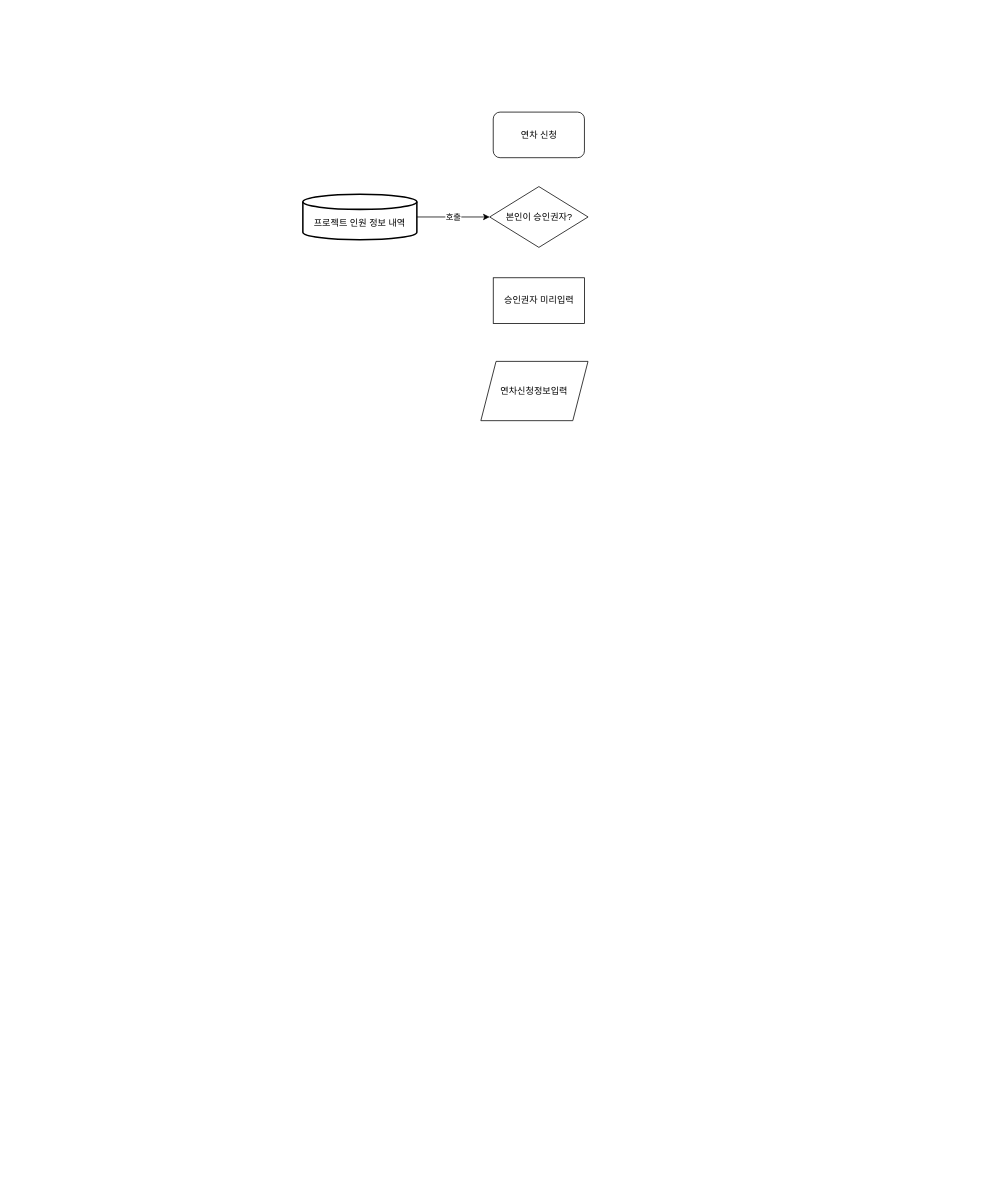
Above: page "연차관리" (4 of 10) of 제목 없는 다이어그램.drawio in makerdobby/fastcampus-project-board (draw.io), before the change. Source tidied: cells renumbered, new cells numbered last; positions are measured from the earlier drawing's top-left corner, leaving out a move shared by most shapes. Both pictures are drawn from the tidied source at 76%, with x=0, y=0 at pixel (302, 112).
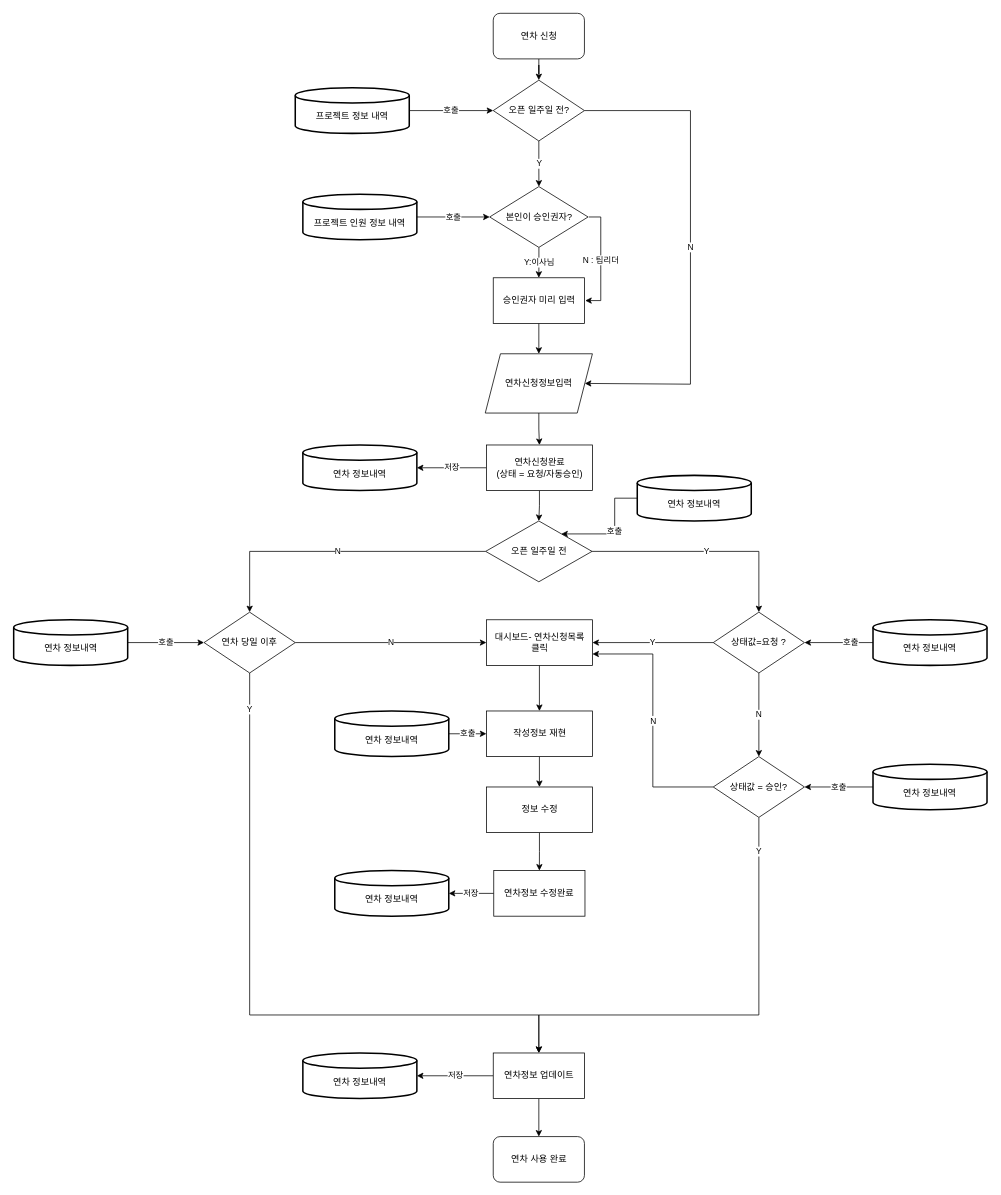
Above is the later version.

Unchanged cells that the change refers to:
```xml
<mxCell id="7" value="본인이 승인권자?" style="rhombus;whiteSpace=wrap;html=1;" parent="1" vertex="1">
  <mxGeometry x="245.8" y="98" width="129.5" height="80" as="geometry" />
</mxCell>
```

Change to the diagram source:
```diff
@@
+    <mxCell id="8" style="edgeStyle=orthogonalEdgeStyle;rounded=0;jettySize=auto;html=1;" parent="1" edge="1" source="2" target="15">
+      <mxGeometry relative="1" as="geometry" />
+    </mxCell>
     <mxCell id="2" value="연차 신청" style="rounded=1;whiteSpace=wrap;html=1;" parent="1" vertex="1">
-      <mxGeometry x="250.5" width="120" height="60" as="geometry" />
+      <mxGeometry x="250.5" y="-130" width="120" height="60" as="geometry" />
     </mxCell>
+    <mxCell id="9" style="edgeStyle=orthogonalEdgeStyle;rounded=0;jettySize=auto;html=1;" parent="1" edge="1" source="3" target="20">
+      <mxGeometry relative="1" as="geometry" />
+    </mxCell>
     <mxCell id="3" value="연차신청정보입력" style="shape=parallelogram;perimeter=parallelogramPerimeter;whiteSpace=wrap;html=1;fixedSize=1;" parent="1" vertex="1">
-      <mxGeometry x="234.2" y="328" width="141" height="78" as="geometry" />
+      <mxGeometry x="240" y="318" width="141" height="78" as="geometry" />
     </mxCell>
@@
+    <mxCell id="10" style="edgeStyle=orthogonalEdgeStyle;rounded=0;jettySize=auto;html=1;" parent="1" edge="1" source="6" target="3">
+      <mxGeometry relative="1" as="geometry" />
+    </mxCell>
-    <mxCell id="6" value="승인권자 미리입력" style="rounded=0;whiteSpace=wrap;html=1;" parent="1" vertex="1">
+    <mxCell id="6" value="승인권자 미리 입력" style="rounded=0;whiteSpace=wrap;html=1;" parent="1" vertex="1">
       <mxGeometry x="250.5" y="218" width="120" height="60" as="geometry" />
     </mxCell>
+    <mxCell id="11" value="Y:이사님" style="edgeStyle=orthogonalEdgeStyle;rounded=0;jettySize=auto;html=1;" parent="1" edge="1" source="7" target="6">
+      <mxGeometry relative="1" as="geometry" />
+    </mxCell>
+    <mxCell id="12" value="N : 팀리더" style="edgeStyle=orthogonalEdgeStyle;rounded=0;orthogonalLoop=1;jettySize=auto;html=1;entryX=1;entryY=0.5;entryDx=0;entryDy=0;" parent="1" edge="1">
+      <mxGeometry relative="1" as="geometry">
+        <mxPoint x="376.2" y="138" as="sourcePoint" />
+        <mxPoint x="371.5" y="248" as="targetPoint" />
+        <Array as="points">
+          <mxPoint x="392" y="138" />
+          <mxPoint x="392" y="248" />
+        </Array>
+      </mxGeometry>
+    </mxCell>
@@
+    <mxCell id="13" value="N" style="edgeStyle=orthogonalEdgeStyle;rounded=0;jettySize=auto;html=1;entryX=1;entryY=0.5;entryDx=0;entryDy=0;" parent="1" edge="1" source="15" target="3">
+      <mxGeometry relative="1" as="geometry">
+        <Array as="points">
+          <mxPoint x="510" y="-2" />
+          <mxPoint x="510" y="358" />
+        </Array>
+      </mxGeometry>
+    </mxCell>
+    <mxCell id="14" value="Y" style="edgeStyle=orthogonalEdgeStyle;rounded=0;jettySize=auto;html=1;" parent="1" edge="1" source="15" target="7">
+      <mxGeometry relative="1" as="geometry" />
+    </mxCell>
+    <mxCell id="15" value="오픈 일주일 전?" style="rhombus;whiteSpace=wrap;html=1;" parent="1" vertex="1">
+      <mxGeometry x="250.5" y="-42" width="120" height="80" as="geometry" />
+    </mxCell>
+    <mxCell id="16" value="호출" style="edgeStyle=orthogonalEdgeStyle;rounded=0;jettySize=auto;html=1;entryX=0;entryY=0.5;entryDx=0;entryDy=0;" parent="1" edge="1" source="17" target="15">
+      <mxGeometry relative="1" as="geometry" />
+    </mxCell>
+    <mxCell id="17" value="&lt;br&gt;프로젝트 정보 내역" style="strokeWidth=2;html=1;shape=mxgraph.flowchart.database;whiteSpace=wrap;" parent="1" vertex="1">
+      <mxGeometry x="-10" y="-32" width="150" height="60" as="geometry" />
+    </mxCell>
+    <mxCell id="18" value="저장" style="edgeStyle=orthogonalEdgeStyle;rounded=0;jettySize=auto;html=1;" parent="1" edge="1" source="20" target="21">
+      <mxGeometry relative="1" as="geometry" />
+    </mxCell>
+    <mxCell id="19" style="edgeStyle=orthogonalEdgeStyle;rounded=0;jettySize=auto;html=1;" parent="1" edge="1" source="20" target="48">
+      <mxGeometry relative="1" as="geometry" />
+    </mxCell>
+    <mxCell id="20" value="연차신청완료&lt;br&gt;(상태 = 요청/자동승인)" style="rounded=0;whiteSpace=wrap;html=1;" parent="1" vertex="1">
+      <mxGeometry x="241.5" y="438" width="139.5" height="60" as="geometry" />
+    </mxCell>
+    <mxCell id="21" value="&lt;br&gt;연차 정보내역" style="strokeWidth=2;html=1;shape=mxgraph.flowchart.database;whiteSpace=wrap;" parent="1" vertex="1">
+      <mxGeometry y="438" width="150" height="60" as="geometry" />
+    </mxCell>
+    <mxCell id="22" style="edgeStyle=orthogonalEdgeStyle;rounded=0;jettySize=auto;html=1;" parent="1" edge="1" source="23" target="25">
+      <mxGeometry relative="1" as="geometry" />
+    </mxCell>
+    <mxCell id="23" value="대시보드- 연차신청목록&lt;br&gt;클릭" style="rounded=0;whiteSpace=wrap;html=1;" parent="1" vertex="1">
+      <mxGeometry x="241.5" y="668" width="139.5" height="60" as="geometry" />
+    </mxCell>
+    <mxCell id="24" style="edgeStyle=orthogonalEdgeStyle;rounded=0;jettySize=auto;html=1;" parent="1" edge="1" source="25" target="29">
+      <mxGeometry relative="1" as="geometry" />
+    </mxCell>
+    <mxCell id="25" value="작성정보 재현" style="rounded=0;whiteSpace=wrap;html=1;" parent="1" vertex="1">
+      <mxGeometry x="241.5" y="788" width="139.5" height="60" as="geometry" />
+    </mxCell>
+    <mxCell id="26" value="호출" style="edgeStyle=orthogonalEdgeStyle;rounded=0;jettySize=auto;html=1;" parent="1" edge="1" source="27" target="25">
+      <mxGeometry relative="1" as="geometry" />
+    </mxCell>
+    <mxCell id="27" value="&lt;br&gt;연차 정보내역" style="strokeWidth=2;html=1;shape=mxgraph.flowchart.database;whiteSpace=wrap;" parent="1" vertex="1">
+      <mxGeometry x="42" y="788" width="150" height="60" as="geometry" />
+    </mxCell>
+    <mxCell id="28" style="edgeStyle=orthogonalEdgeStyle;rounded=0;jettySize=auto;html=1;entryX=0.5;entryY=0;entryDx=0;entryDy=0;" parent="1" edge="1" source="29" target="37">
+      <mxGeometry relative="1" as="geometry" />
+    </mxCell>
+    <mxCell id="29" value="정보 수정" style="rounded=0;whiteSpace=wrap;html=1;" parent="1" vertex="1">
+      <mxGeometry x="241.5" y="888" width="139.5" height="60" as="geometry" />
+    </mxCell>
+    <mxCell id="30" value="저장" style="edgeStyle=orthogonalEdgeStyle;rounded=0;jettySize=auto;html=1;exitX=0;exitY=0.5;exitDx=0;exitDy=0;" parent="1" edge="1" source="37" target="31">
+      <mxGeometry relative="1" as="geometry" />
+    </mxCell>
+    <mxCell id="31" value="&lt;br&gt;연차 정보내역" style="strokeWidth=2;html=1;shape=mxgraph.flowchart.database;whiteSpace=wrap;" parent="1" vertex="1">
+      <mxGeometry x="42" y="998" width="150" height="60" as="geometry" />
+    </mxCell>
+    <mxCell id="32" value="N" style="edgeStyle=orthogonalEdgeStyle;rounded=0;jettySize=auto;html=1;entryX=0;entryY=0.5;entryDx=0;entryDy=0;" parent="1" edge="1" source="34" target="23">
+      <mxGeometry relative="1" as="geometry" />
+    </mxCell>
+    <mxCell id="33" value="Y" style="edgeStyle=orthogonalEdgeStyle;rounded=0;jettySize=auto;html=1;entryX=0.5;entryY=0;entryDx=0;entryDy=0;" parent="1" edge="1" source="34" target="55">
+      <mxGeometry x="-0.89" relative="1" as="geometry">
+        <Array as="points">
+          <mxPoint x="-70" y="1188" />
+        </Array>
+      </mxGeometry>
+    </mxCell>
+    <mxCell id="34" value="연차 당일 이후" style="rhombus;whiteSpace=wrap;html=1;" parent="1" vertex="1">
+      <mxGeometry x="-130" y="658" width="120" height="80" as="geometry" />
+    </mxCell>
+    <mxCell id="35" value="호출" style="edgeStyle=orthogonalEdgeStyle;rounded=0;jettySize=auto;html=1;" parent="1" edge="1" source="36" target="34">
+      <mxGeometry relative="1" as="geometry" />
+    </mxCell>
+    <mxCell id="36" value="&lt;br&gt;연차 정보내역" style="strokeWidth=2;html=1;shape=mxgraph.flowchart.database;whiteSpace=wrap;" parent="1" vertex="1">
+      <mxGeometry x="-380.5" y="668" width="150" height="60" as="geometry" />
+    </mxCell>
+    <mxCell id="37" value="연차정보 수정완료" style="rounded=0;whiteSpace=wrap;html=1;" parent="1" vertex="1">
+      <mxGeometry x="251.2" y="998" width="120" height="60" as="geometry" />
+    </mxCell>
+    <mxCell id="38" value="Y" style="edgeStyle=orthogonalEdgeStyle;rounded=0;jettySize=auto;html=1;exitX=0;exitY=0.5;exitDx=0;exitDy=0;entryX=1;entryY=0.5;entryDx=0;entryDy=0;" parent="1" edge="1" source="40" target="23">
+      <mxGeometry relative="1" as="geometry" />
+    </mxCell>
+    <mxCell id="39" value="N" style="edgeStyle=orthogonalEdgeStyle;rounded=0;jettySize=auto;html=1;" parent="1" edge="1" source="40" target="51">
+      <mxGeometry relative="1" as="geometry" />
+    </mxCell>
+    <mxCell id="40" value="상태값=요청 ?" style="rhombus;whiteSpace=wrap;html=1;" parent="1" vertex="1">
+      <mxGeometry x="540" y="658" width="120" height="80" as="geometry" />
+    </mxCell>
+    <mxCell id="41" value="호출" style="edgeStyle=orthogonalEdgeStyle;rounded=0;jettySize=auto;html=1;entryX=1;entryY=0.5;entryDx=0;entryDy=0;" parent="1" edge="1" source="42" target="40">
+      <mxGeometry x="-0.36" relative="1" as="geometry" />
+    </mxCell>
+    <mxCell id="42" value="&lt;br&gt;연차 정보내역" style="strokeWidth=2;html=1;shape=mxgraph.flowchart.database;whiteSpace=wrap;" parent="1" vertex="1">
+      <mxGeometry x="750.2" y="668" width="150" height="60" as="geometry" />
+    </mxCell>
+    <mxCell id="43" value="저장" style="edgeStyle=orthogonalEdgeStyle;rounded=0;jettySize=auto;html=1;exitX=0;exitY=0.5;exitDx=0;exitDy=0;" parent="1" edge="1" source="55" target="44">
+      <mxGeometry relative="1" as="geometry" />
+    </mxCell>
+    <mxCell id="44" value="&lt;br&gt;연차 정보내역" style="strokeWidth=2;html=1;shape=mxgraph.flowchart.database;whiteSpace=wrap;" parent="1" vertex="1">
+      <mxGeometry y="1238" width="150" height="60" as="geometry" />
+    </mxCell>
+    <mxCell id="45" value="연차 사용 완료" style="rounded=1;whiteSpace=wrap;html=1;" parent="1" vertex="1">
+      <mxGeometry x="250.5" y="1348" width="120" height="60" as="geometry" />
+    </mxCell>
+    <mxCell id="46" value="Y" style="edgeStyle=orthogonalEdgeStyle;rounded=0;jettySize=auto;html=1;" parent="1" edge="1" source="48" target="40">
+      <mxGeometry relative="1" as="geometry" />
+    </mxCell>
+    <mxCell id="47" value="N" style="edgeStyle=orthogonalEdgeStyle;rounded=0;jettySize=auto;html=1;" parent="1" edge="1" source="48" target="34">
+      <mxGeometry relative="1" as="geometry" />
+    </mxCell>
+    <mxCell id="48" value="오픈 일주일 전" style="rhombus;whiteSpace=wrap;html=1;" parent="1" vertex="1">
+      <mxGeometry x="240.5" y="538" width="140" height="80" as="geometry" />
+    </mxCell>
+    <mxCell id="49" value="Y" style="edgeStyle=orthogonalEdgeStyle;rounded=0;jettySize=auto;html=1;exitX=0.5;exitY=1;exitDx=0;exitDy=0;entryX=0.5;entryY=0;entryDx=0;entryDy=0;" parent="1" edge="1" source="51" target="55">
+      <mxGeometry x="-0.85" relative="1" as="geometry">
+        <Array as="points">
+          <mxPoint x="600" y="1188" />
+        </Array>
+      </mxGeometry>
+    </mxCell>
+    <mxCell id="50" value="N" style="edgeStyle=orthogonalEdgeStyle;rounded=0;jettySize=auto;html=1;entryX=1;entryY=0.75;entryDx=0;entryDy=0;" parent="1" edge="1" source="51" target="23">
+      <mxGeometry relative="1" as="geometry" />
+    </mxCell>
+    <mxCell id="51" value="상태값 = 승인?" style="rhombus;whiteSpace=wrap;html=1;" parent="1" vertex="1">
+      <mxGeometry x="540" y="848" width="120" height="80" as="geometry" />
+    </mxCell>
+    <mxCell id="52" value="호출" style="edgeStyle=orthogonalEdgeStyle;rounded=0;jettySize=auto;html=1;entryX=0.711;entryY=0.213;entryDx=0;entryDy=0;entryPerimeter=0;" parent="1" edge="1" source="53" target="48">
+      <mxGeometry relative="1" as="geometry" />
+    </mxCell>
+    <mxCell id="53" value="&lt;br&gt;연차 정보내역" style="strokeWidth=2;html=1;shape=mxgraph.flowchart.database;whiteSpace=wrap;" parent="1" vertex="1">
+      <mxGeometry x="440" y="478" width="150" height="60" as="geometry" />
+    </mxCell>
+    <mxCell id="54" style="edgeStyle=orthogonalEdgeStyle;rounded=0;jettySize=auto;html=1;" parent="1" edge="1" source="55" target="45">
+      <mxGeometry relative="1" as="geometry" />
+    </mxCell>
+    <mxCell id="55" value="연차정보 업데이트" style="whiteSpace=wrap;html=1;" parent="1" vertex="1">
+      <mxGeometry x="250.5" y="1238" width="120" height="60" as="geometry" />
+    </mxCell>
+    <mxCell id="56" value="호출" style="edgeStyle=orthogonalEdgeStyle;rounded=0;jettySize=auto;html=1;" parent="1" edge="1" source="57" target="51">
+      <mxGeometry relative="1" as="geometry" />
+    </mxCell>
+    <mxCell id="57" value="&lt;br&gt;연차 정보내역" style="strokeWidth=2;html=1;shape=mxgraph.flowchart.database;whiteSpace=wrap;" parent="1" vertex="1">
+      <mxGeometry x="750.2" y="858" width="150" height="60" as="geometry" />
+    </mxCell>
```
